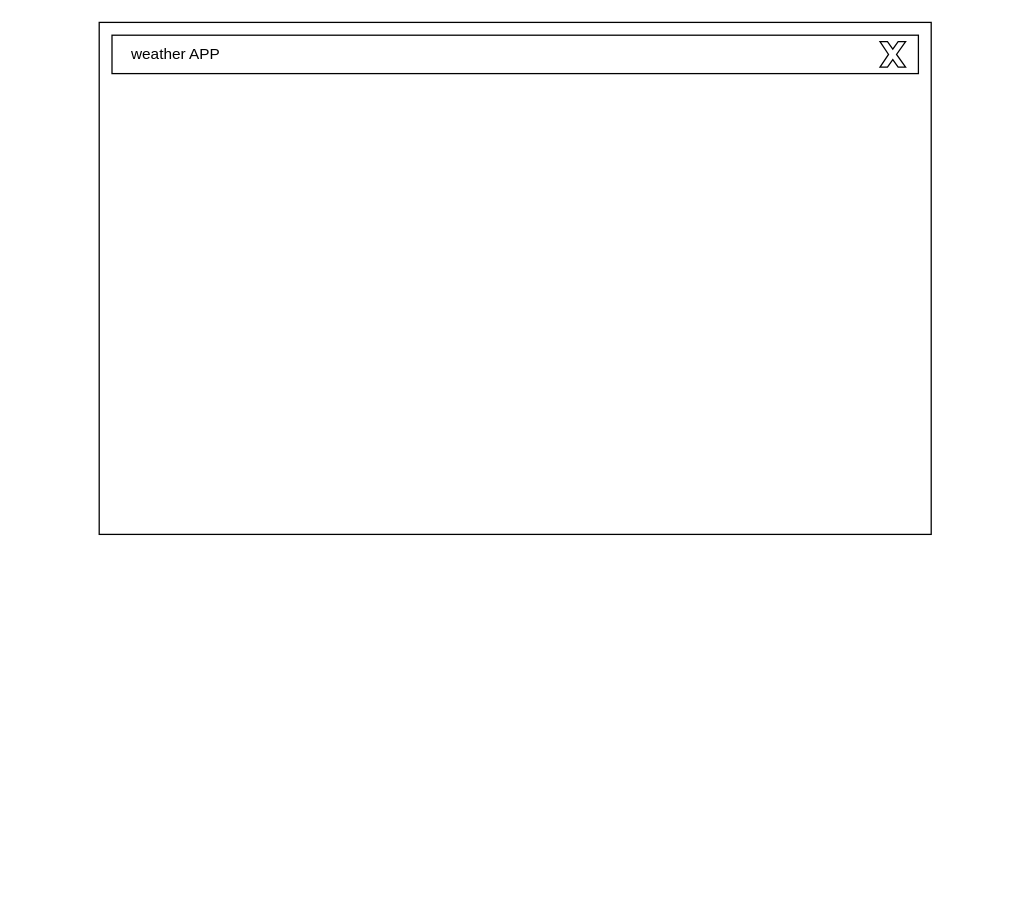
This is diagram.drawio from AkhilVinayakp/WeatherAPI, a draw.io file, before an edit. Source tidied: cells renumbered, new cells numbered last; positions are measured from the earlier drawing's top-left corner, leaving out a move shared by most shapes. Both pictures are drawn from the tidied source at 128%, with x=0, y=0 at pixel (99, 22).
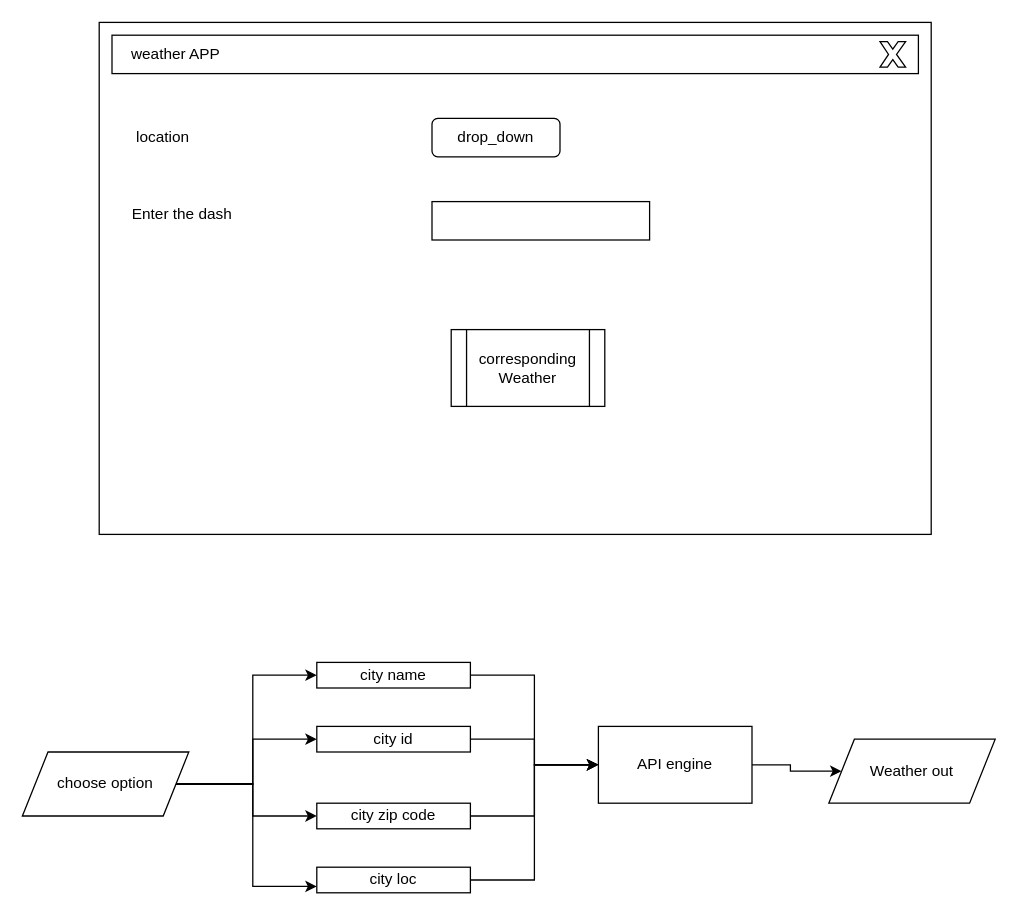
After the change.

What changed in the source:
```diff
@@
+    <mxCell id="6" value="location" style="text;html=1;strokeColor=none;fillColor=none;align=center;verticalAlign=middle;whiteSpace=wrap;rounded=0;" parent="1" vertex="1">
+      <mxGeometry x="30" y="80" width="40" height="20" as="geometry" />
+    </mxCell>
+    <mxCell id="7" value="drop_down" style="rounded=1;whiteSpace=wrap;html=1;" parent="1" vertex="1">
+      <mxGeometry x="260" y="75" width="100" height="30" as="geometry" />
+    </mxCell>
+    <mxCell id="8" value="Enter the dash" style="text;html=1;strokeColor=none;fillColor=none;align=center;verticalAlign=middle;whiteSpace=wrap;rounded=0;" parent="1" vertex="1">
+      <mxGeometry y="140" width="130" height="20" as="geometry" />
+    </mxCell>
+    <mxCell id="9" style="rounded=0;whiteSpace=wrap;html=1;" parent="1" vertex="1">
+      <mxGeometry x="260" y="140" width="170" height="30" as="geometry" />
+    </mxCell>
+    <mxCell id="10" value="corresponding Weather" style="shape=process;whiteSpace=wrap;html=1;backgroundOutline=1;" parent="1" vertex="1">
+      <mxGeometry x="275" y="240" width="120" height="60" as="geometry" />
+    </mxCell>
+    <mxCell id="11" style="edgeStyle=orthogonalEdgeStyle;rounded=0;jettySize=auto;html=1;entryX=0;entryY=0.5;entryDx=0;entryDy=0;" parent="1" edge="1" source="15" target="17">
+      <mxGeometry relative="1" as="geometry" />
+    </mxCell>
+    <mxCell id="12" style="edgeStyle=orthogonalEdgeStyle;rounded=0;jettySize=auto;html=1;entryX=0;entryY=0.5;entryDx=0;entryDy=0;" parent="1" edge="1" source="15" target="19">
+      <mxGeometry relative="1" as="geometry" />
+    </mxCell>
+    <mxCell id="13" style="edgeStyle=orthogonalEdgeStyle;rounded=0;jettySize=auto;html=1;entryX=0;entryY=0.75;entryDx=0;entryDy=0;" parent="1" edge="1" source="15" target="23">
+      <mxGeometry relative="1" as="geometry" />
+    </mxCell>
+    <mxCell id="14" style="edgeStyle=orthogonalEdgeStyle;rounded=0;jettySize=auto;html=1;entryX=0;entryY=0.5;entryDx=0;entryDy=0;" parent="1" edge="1" source="15" target="21">
+      <mxGeometry relative="1" as="geometry" />
+    </mxCell>
+    <mxCell id="15" value="choose option" style="shape=parallelogram;perimeter=parallelogramPerimeter;whiteSpace=wrap;html=1;fixedSize=1;" parent="1" vertex="1">
+      <mxGeometry x="-60" y="570" width="130" height="50" as="geometry" />
+    </mxCell>
+    <mxCell id="16" style="edgeStyle=orthogonalEdgeStyle;rounded=0;jettySize=auto;html=1;entryX=0;entryY=0.5;entryDx=0;entryDy=0;" parent="1" edge="1" source="17" target="25">
+      <mxGeometry relative="1" as="geometry" />
+    </mxCell>
+    <mxCell id="17" value="city name" style="rounded=0;whiteSpace=wrap;html=1;" parent="1" vertex="1">
+      <mxGeometry x="170" y="500" width="120" height="20" as="geometry" />
+    </mxCell>
+    <mxCell id="18" style="edgeStyle=orthogonalEdgeStyle;rounded=0;jettySize=auto;html=1;" parent="1" edge="1" source="19" target="25">
+      <mxGeometry relative="1" as="geometry" />
+    </mxCell>
+    <mxCell id="19" value="city id" style="rounded=0;whiteSpace=wrap;html=1;" parent="1" vertex="1">
+      <mxGeometry x="170" y="550" width="120" height="20" as="geometry" />
+    </mxCell>
+    <mxCell id="20" style="edgeStyle=orthogonalEdgeStyle;rounded=0;jettySize=auto;html=1;entryX=0;entryY=0.5;entryDx=0;entryDy=0;" parent="1" edge="1" source="21" target="25">
+      <mxGeometry relative="1" as="geometry" />
+    </mxCell>
+    <mxCell id="21" value="city zip code" style="rounded=0;whiteSpace=wrap;html=1;" parent="1" vertex="1">
+      <mxGeometry x="170" y="610" width="120" height="20" as="geometry" />
+    </mxCell>
+    <mxCell id="22" style="edgeStyle=orthogonalEdgeStyle;rounded=0;jettySize=auto;html=1;entryX=0;entryY=0.5;entryDx=0;entryDy=0;" parent="1" edge="1" source="23" target="25">
+      <mxGeometry relative="1" as="geometry" />
+    </mxCell>
+    <mxCell id="23" value="city loc" style="rounded=0;whiteSpace=wrap;html=1;" parent="1" vertex="1">
+      <mxGeometry x="170" y="660" width="120" height="20" as="geometry" />
+    </mxCell>
+    <mxCell id="24" style="edgeStyle=orthogonalEdgeStyle;rounded=0;jettySize=auto;html=1;" parent="1" edge="1" source="25" target="26">
+      <mxGeometry relative="1" as="geometry" />
+    </mxCell>
+    <mxCell id="25" value="API engine" style="rounded=0;whiteSpace=wrap;html=1;" parent="1" vertex="1">
+      <mxGeometry x="390" y="550" width="120" height="60" as="geometry" />
+    </mxCell>
+    <mxCell id="26" value="Weather out" style="shape=parallelogram;perimeter=parallelogramPerimeter;whiteSpace=wrap;html=1;fixedSize=1;" parent="1" vertex="1">
+      <mxGeometry x="570" y="560" width="130" height="50" as="geometry" />
+    </mxCell>
```
